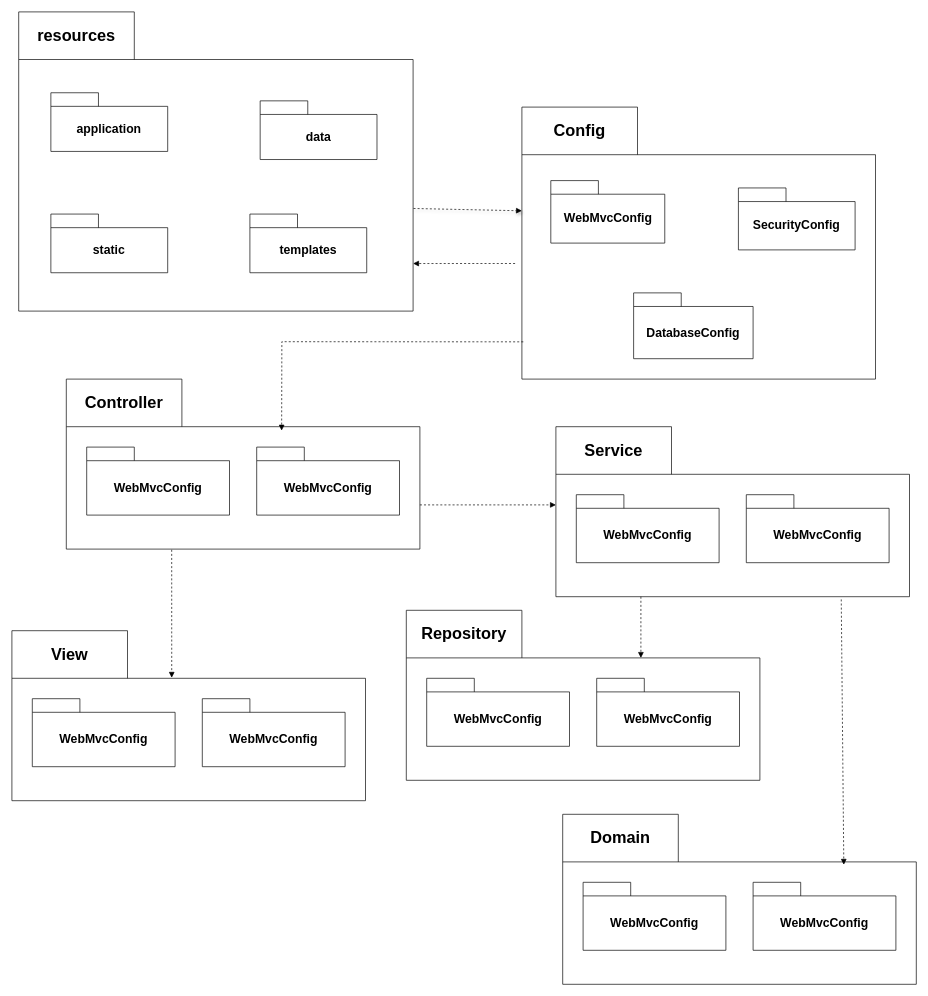
Before: package_rds.drawio in KokoroRay/ChillStore, a draw.io diagram. Source tidied: cells renumbered, new cells numbered last; positions are measured from the earlier drawing's top-left corner, leaving out a move shared by most shapes. Both pictures are drawn from the tidied source at 68%, with x=0, y=0 at pixel (12, 12).
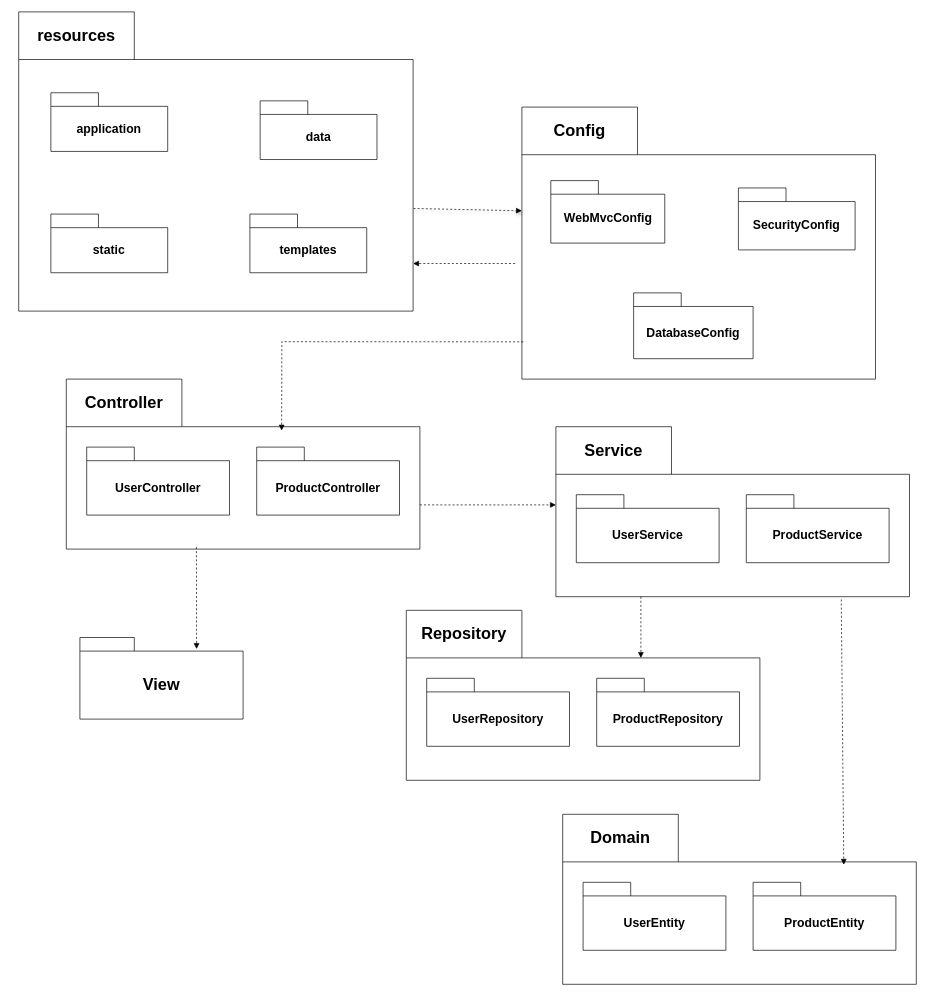
The same page after the edit.

Commit message:
Cập nhật package_rds.drawio

Unchanged cells that the change refers to:
```xml
<mxCell id="13" value="&lt;span style=&quot;font-size: 24px;&quot;&gt;Controller&lt;/span&gt;" style="shape=folder;fontStyle=1;tabWidth=170;tabHeight=70;tabPosition=left;html=1;boundedLbl=1;labelInHeader=1;whiteSpace=wrap;" parent="1" vertex="1">
  <mxGeometry x="80" y="540" width="520" height="250" as="geometry" />
</mxCell>
<mxCell id="17" value="&lt;span style=&quot;font-size: 24px;&quot;&gt;Service&lt;/span&gt;" style="shape=folder;fontStyle=1;tabWidth=170;tabHeight=70;tabPosition=left;html=1;boundedLbl=1;labelInHeader=1;whiteSpace=wrap;" parent="1" vertex="1">
  <mxGeometry x="800" y="610" width="520" height="250" as="geometry" />
</mxCell>
<mxCell id="25" value="&lt;span style=&quot;font-size: 24px;&quot;&gt;Repository&lt;/span&gt;" style="shape=folder;fontStyle=1;tabWidth=170;tabHeight=70;tabPosition=left;html=1;boundedLbl=1;labelInHeader=1;whiteSpace=wrap;" parent="1" vertex="1">
  <mxGeometry x="580" y="880" width="520" height="250" as="geometry" />
</mxCell>
<mxCell id="29" value="&lt;span style=&quot;font-size: 24px;&quot;&gt;Domain&lt;/span&gt;" style="shape=folder;fontStyle=1;tabWidth=170;tabHeight=70;tabPosition=left;html=1;boundedLbl=1;labelInHeader=1;whiteSpace=wrap;" parent="1" vertex="1">
  <mxGeometry x="810" y="1180" width="520" height="250" as="geometry" />
</mxCell>
```

The edit, as a diff of the source:
```diff
@@
-    <mxCell id="15" value="&lt;span style=&quot;font-size: 18px;&quot;&gt;WebMvcConfig&lt;/span&gt;" style="shape=folder;fontStyle=1;tabWidth=70;tabHeight=20;tabPosition=left;html=1;boundedLbl=1;whiteSpace=wrap;" parent="13" vertex="1">
+    <mxCell id="15" value="&lt;span style=&quot;font-size: 18px;&quot;&gt;UserController&lt;/span&gt;" style="shape=folder;fontStyle=1;tabWidth=70;tabHeight=20;tabPosition=left;html=1;boundedLbl=1;whiteSpace=wrap;" parent="13" vertex="1">
       <mxGeometry x="30" y="100" width="210" height="100" as="geometry" />
     </mxCell>
-    <mxCell id="16" value="&lt;span style=&quot;font-size: 18px;&quot;&gt;WebMvcConfig&lt;/span&gt;" style="shape=folder;fontStyle=1;tabWidth=70;tabHeight=20;tabPosition=left;html=1;boundedLbl=1;whiteSpace=wrap;" parent="13" vertex="1">
+    <mxCell id="16" value="&lt;span style=&quot;font-size: 18px;&quot;&gt;ProductController&lt;/span&gt;" style="shape=folder;fontStyle=1;tabWidth=70;tabHeight=20;tabPosition=left;html=1;boundedLbl=1;whiteSpace=wrap;" parent="13" vertex="1">
       <mxGeometry x="280" y="100" width="210" height="100" as="geometry" />
     </mxCell>
@@
-    <mxCell id="19" value="&lt;span style=&quot;font-size: 18px;&quot;&gt;WebMvcConfig&lt;/span&gt;" style="shape=folder;fontStyle=1;tabWidth=70;tabHeight=20;tabPosition=left;html=1;boundedLbl=1;whiteSpace=wrap;" parent="17" vertex="1">
+    <mxCell id="19" value="&lt;span style=&quot;font-size: 18px;&quot;&gt;UserService&lt;/span&gt;" style="shape=folder;fontStyle=1;tabWidth=70;tabHeight=20;tabPosition=left;html=1;boundedLbl=1;whiteSpace=wrap;" parent="17" vertex="1">
       <mxGeometry x="30" y="100" width="210" height="100" as="geometry" />
     </mxCell>
-    <mxCell id="20" value="&lt;span style=&quot;font-size: 18px;&quot;&gt;WebMvcConfig&lt;/span&gt;" style="shape=folder;fontStyle=1;tabWidth=70;tabHeight=20;tabPosition=left;html=1;boundedLbl=1;whiteSpace=wrap;" parent="17" vertex="1">
+    <mxCell id="20" value="&lt;span style=&quot;font-size: 18px;&quot;&gt;ProductService&lt;/span&gt;" style="shape=folder;fontStyle=1;tabWidth=70;tabHeight=20;tabPosition=left;html=1;boundedLbl=1;whiteSpace=wrap;" parent="17" vertex="1">
       <mxGeometry x="280" y="100" width="210" height="100" as="geometry" />
     </mxCell>
-    <mxCell id="21" value="&lt;span style=&quot;font-size: 24px;&quot;&gt;View&lt;/span&gt;" style="shape=folder;fontStyle=1;tabWidth=170;tabHeight=70;tabPosition=left;html=1;boundedLbl=1;labelInHeader=1;whiteSpace=wrap;" parent="1" vertex="1">
-      <mxGeometry y="910" width="520" height="250" as="geometry" />
-    </mxCell>
-    <mxCell id="22" style="html=1;strokeColor=none;fillColor=none;whiteSpace=wrap;" parent="21" vertex="1">
-      <mxGeometry width="520" height="175" relative="1" as="geometry">
-        <mxPoint y="30" as="offset" />
-      </mxGeometry>
-    </mxCell>
-    <mxCell id="23" value="&lt;span style=&quot;font-size: 18px;&quot;&gt;WebMvcConfig&lt;/span&gt;" style="shape=folder;fontStyle=1;tabWidth=70;tabHeight=20;tabPosition=left;html=1;boundedLbl=1;whiteSpace=wrap;" parent="21" vertex="1">
-      <mxGeometry x="30" y="100" width="210" height="100" as="geometry" />
-    </mxCell>
-    <mxCell id="24" value="&lt;span style=&quot;font-size: 18px;&quot;&gt;WebMvcConfig&lt;/span&gt;" style="shape=folder;fontStyle=1;tabWidth=70;tabHeight=20;tabPosition=left;html=1;boundedLbl=1;whiteSpace=wrap;" parent="21" vertex="1">
-      <mxGeometry x="280" y="100" width="210" height="100" as="geometry" />
-    </mxCell>
@@
-    <mxCell id="27" value="&lt;span style=&quot;font-size: 18px;&quot;&gt;WebMvcConfig&lt;/span&gt;" style="shape=folder;fontStyle=1;tabWidth=70;tabHeight=20;tabPosition=left;html=1;boundedLbl=1;whiteSpace=wrap;" parent="25" vertex="1">
+    <mxCell id="27" value="&lt;span style=&quot;font-size: 18px;&quot;&gt;UserRepository&lt;/span&gt;" style="shape=folder;fontStyle=1;tabWidth=70;tabHeight=20;tabPosition=left;html=1;boundedLbl=1;whiteSpace=wrap;" parent="25" vertex="1">
       <mxGeometry x="30" y="100" width="210" height="100" as="geometry" />
     </mxCell>
-    <mxCell id="28" value="&lt;span style=&quot;font-size: 18px;&quot;&gt;WebMvcConfig&lt;/span&gt;" style="shape=folder;fontStyle=1;tabWidth=70;tabHeight=20;tabPosition=left;html=1;boundedLbl=1;whiteSpace=wrap;" parent="25" vertex="1">
+    <mxCell id="28" value="&lt;span style=&quot;font-size: 18px;&quot;&gt;ProductRepository&lt;/span&gt;" style="shape=folder;fontStyle=1;tabWidth=70;tabHeight=20;tabPosition=left;html=1;boundedLbl=1;whiteSpace=wrap;" parent="25" vertex="1">
       <mxGeometry x="280" y="100" width="210" height="100" as="geometry" />
     </mxCell>
@@
-    <mxCell id="31" value="&lt;span style=&quot;font-size: 18px;&quot;&gt;WebMvcConfig&lt;/span&gt;" style="shape=folder;fontStyle=1;tabWidth=70;tabHeight=20;tabPosition=left;html=1;boundedLbl=1;whiteSpace=wrap;" parent="29" vertex="1">
+    <mxCell id="31" value="&lt;span style=&quot;font-size: 18px;&quot;&gt;UserEntity&lt;/span&gt;" style="shape=folder;fontStyle=1;tabWidth=70;tabHeight=20;tabPosition=left;html=1;boundedLbl=1;whiteSpace=wrap;" parent="29" vertex="1">
       <mxGeometry x="30" y="100" width="210" height="100" as="geometry" />
     </mxCell>
-    <mxCell id="32" value="&lt;span style=&quot;font-size: 18px;&quot;&gt;WebMvcConfig&lt;/span&gt;" style="shape=folder;fontStyle=1;tabWidth=70;tabHeight=20;tabPosition=left;html=1;boundedLbl=1;whiteSpace=wrap;" parent="29" vertex="1">
+    <mxCell id="32" value="&lt;span style=&quot;font-size: 18px;&quot;&gt;ProductEntity&lt;/span&gt;" style="shape=folder;fontStyle=1;tabWidth=70;tabHeight=20;tabPosition=left;html=1;boundedLbl=1;whiteSpace=wrap;" parent="29" vertex="1">
       <mxGeometry x="280" y="100" width="210" height="100" as="geometry" />
     </mxCell>
@@
-    <mxCell id="36" style="html=1;verticalAlign=bottom;labelBackgroundColor=none;endArrow=block;endFill=1;dashed=1;rounded=0;entryX=0.452;entryY=0.277;entryDx=0;entryDy=0;entryPerimeter=0;" parent="1" edge="1" target="21">
-      <mxGeometry relative="1" as="geometry">
-        <mxPoint x="235" y="791" as="sourcePoint" />
-      </mxGeometry>
+    <mxCell id="36" style="html=1;verticalAlign=bottom;labelBackgroundColor=none;endArrow=block;endFill=1;dashed=1;rounded=0;entryX=0.715;entryY=0.141;entryDx=0;entryDy=0;entryPerimeter=0;exitX=0.368;exitY=0.988;exitDx=0;exitDy=0;exitPerimeter=0;" parent="1" edge="1" source="13" target="21">
+      <mxGeometry relative="1" as="geometry" />
     </mxCell>
@@
+    <mxCell id="21" value="&lt;font style=&quot;font-size: 24px;&quot;&gt;View&lt;/font&gt;" style="shape=folder;fontStyle=1;tabWidth=80;tabHeight=20;tabPosition=left;html=1;boundedLbl=1;whiteSpace=wrap;" parent="1" vertex="1">
+      <mxGeometry x="100" y="920" width="240" height="120" as="geometry" />
+    </mxCell>
```
